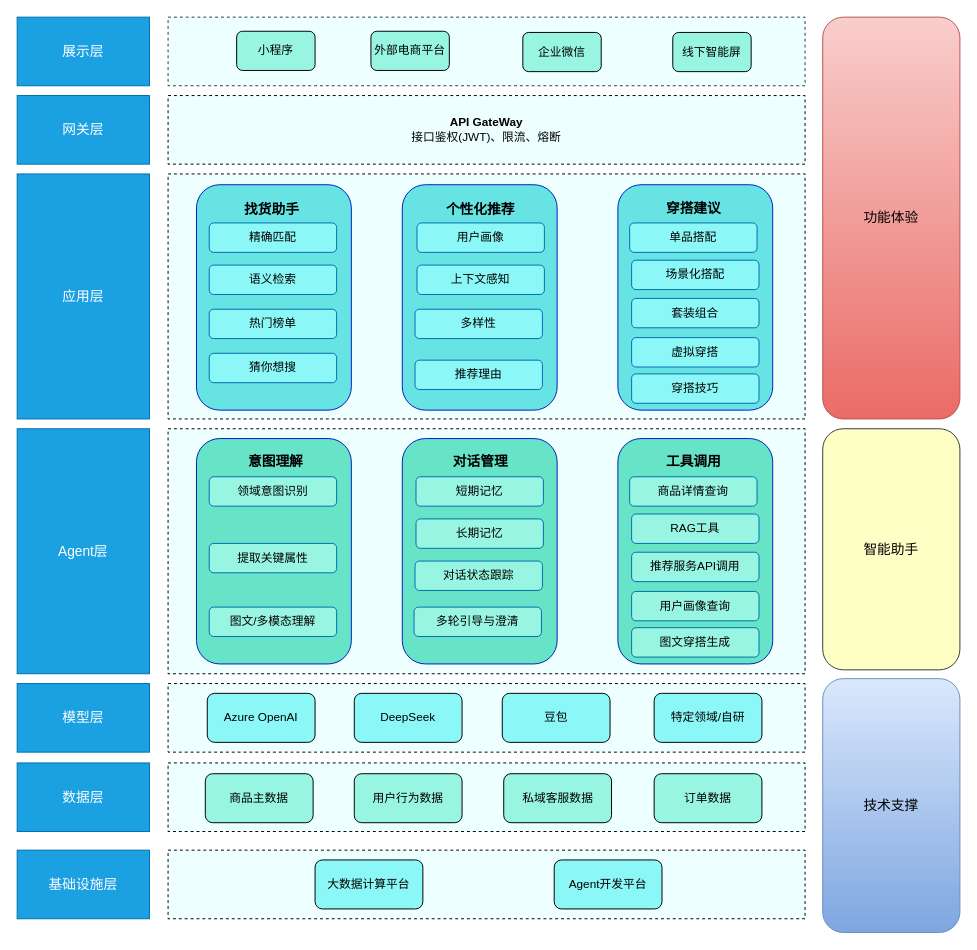
Wanke15/wanke15.github.io keeps this draw.io diagram as engineering/架构设计/智能导购架构设计图.drawio. Above is the earlier version. Source tidied: cells renumbered, new cells numbered last; positions are measured from the earlier drawing's top-left corner, leaving out a move shared by most shapes. Both pictures are drawn from the tidied source at 98%, with x=0, y=0 at pixel (17, 17).
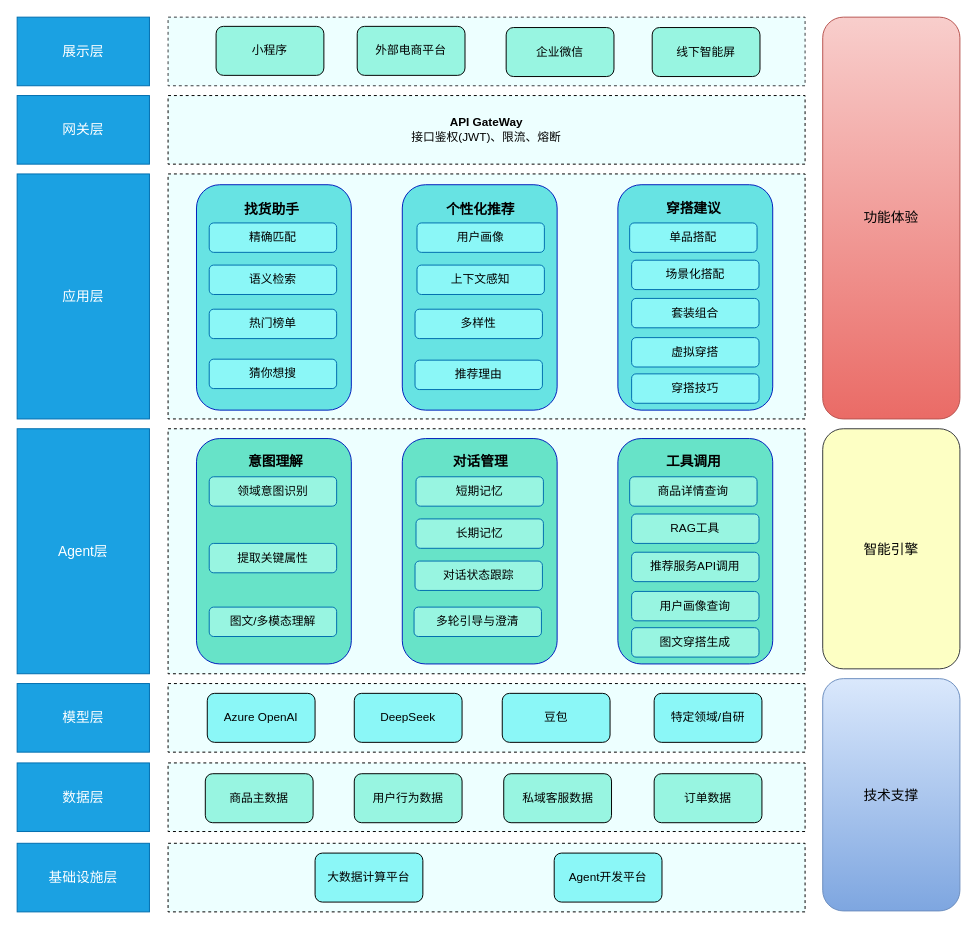
After the change.

Commit message (it also covers changes not shown here):
更新智能导购架构设计图.drawio

What changed in the source:
```diff
@@
     <mxCell id="14" value="&lt;font style=&quot;font-size: 14px;&quot;&gt;基础设施层&lt;/font&gt;" style="rounded=0;whiteSpace=wrap;html=1;fillColor=#1ba1e2;strokeColor=#006EAF;fontColor=#ffffff;" parent="1" vertex="1">
-      <mxGeometry y="850" width="135" height="70" as="geometry" />
+      <mxGeometry y="843" width="135" height="70" as="geometry" />
     </mxCell>
     <mxCell id="15" style="rounded=0;whiteSpace=wrap;html=1;fillColor=#EDFFFF;strokeColor=#000000;dashed=1;" parent="1" vertex="1">
-      <mxGeometry x="154" y="850" width="650" height="70" as="geometry" />
+      <mxGeometry x="154" y="843" width="650" height="70" as="geometry" />
     </mxCell>
     <mxCell id="16" value="大数据计算平台" style="rounded=1;whiteSpace=wrap;html=1;fillColor=#8BF7F7;" parent="1" vertex="1">
-      <mxGeometry x="304" y="860" width="110" height="50" as="geometry" />
+      <mxGeometry x="304" y="853" width="110" height="50" as="geometry" />
     </mxCell>
     <mxCell id="17" value="Agent开发平台" style="rounded=1;whiteSpace=wrap;html=1;fillColor=#8BF7F7;" parent="1" vertex="1">
-      <mxGeometry x="548" y="860" width="110" height="50" as="geometry" />
+      <mxGeometry x="548" y="853" width="110" height="50" as="geometry" />
     </mxCell>
@@
     <mxCell id="20" value="小程序" style="rounded=1;whiteSpace=wrap;html=1;fillColor=#98F5E1;" parent="1" vertex="1">
-      <mxGeometry x="224" y="14.4" width="80" height="40" as="geometry" />
+      <mxGeometry x="203" y="9.4" width="110" height="50" as="geometry" />
     </mxCell>
     <mxCell id="21" value="外部电商平台" style="rounded=1;whiteSpace=wrap;html=1;fillColor=#98F5E1;" parent="1" vertex="1">
-      <mxGeometry x="361" y="14.4" width="80" height="40" as="geometry" />
+      <mxGeometry x="347" y="9.4" width="110" height="50" as="geometry" />
     </mxCell>
     <mxCell id="22" value="线下智能屏" style="rounded=1;whiteSpace=wrap;html=1;fillColor=#98F5E1;" parent="1" vertex="1">
-      <mxGeometry x="669" y="15.6" width="80" height="40" as="geometry" />
+      <mxGeometry x="648" y="10.6" width="110" height="50" as="geometry" />
     </mxCell>
     <mxCell id="23" value="企业微信" style="rounded=1;whiteSpace=wrap;html=1;fillColor=#98F5E1;" parent="1" vertex="1">
-      <mxGeometry x="516" y="15.6" width="80" height="40" as="geometry" />
+      <mxGeometry x="499" y="10.6" width="110" height="50" as="geometry" />
     </mxCell>
     <mxCell id="24" value="&lt;font style=&quot;font-size: 14px;&quot;&gt;技术支撑&lt;/font&gt;" style="rounded=1;whiteSpace=wrap;html=1;gradientColor=#7ea6e0;fillColor=#dae8fc;strokeColor=#6c8ebf;" parent="1" vertex="1">
-      <mxGeometry x="822" y="675" width="140" height="259" as="geometry" />
+      <mxGeometry x="822" y="675" width="140" height="237" as="geometry" />
     </mxCell>
-    <mxCell id="25" value="&lt;font style=&quot;font-size: 14px;&quot;&gt;智能助手&lt;/font&gt;" style="rounded=1;whiteSpace=wrap;html=1;strokeColor=#36393d;gradientDirection=south;fillColor=#FDFFC4;" parent="1" vertex="1">
-      <mxGeometry x="822" y="420" width="140" height="246" as="geometry" />
+    <mxCell id="25" value="&lt;font style=&quot;font-size: 14px;&quot;&gt;智能引擎&lt;/font&gt;" style="rounded=1;whiteSpace=wrap;html=1;strokeColor=#36393d;gradientDirection=south;fillColor=#FDFFC4;" parent="1" vertex="1">
+      <mxGeometry x="822" y="420" width="140" height="245" as="geometry" />
     </mxCell>
@@
     <mxCell id="37" value="&lt;font color=&quot;#000000&quot;&gt;猜你想搜&lt;/font&gt;" style="rounded=1;whiteSpace=wrap;html=1;fillColor=#8BF7F7;fontColor=#ffffff;strokeColor=#006EAF;" parent="1" vertex="1">
-      <mxGeometry x="196" y="343" width="130" height="30" as="geometry" />
+      <mxGeometry x="196" y="349" width="130" height="30" as="geometry" />
     </mxCell>
```
